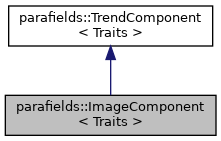
Before: a00976.png, a diagram exported from Graphviz (parafields/parafields-core). Its source is kept beside it as a00976.dot. Its diagram source:
```dot
digraph "parafields::ImageComponent&lt; Traits &gt;"
{
  edge [fontname="Helvetica",fontsize="10",labelfontname="Helvetica",labelfontsize="10"];
  node [fontname="Helvetica",fontsize="10",shape=record];
  Node1 [label="parafields::ImageComponent\l\< Traits \>",height=0.2,width=0.4,color="black", fillcolor="grey75", style="filled", fontcolor="black",tooltip="Component of random field based on pixel image."];
  Node2 -> Node1 [dir="back",color="midnightblue",fontsize="10",style="solid",fontname="Helvetica"];
  Node2 [label="parafields::TrendComponent\l\< Traits \>",height=0.2,width=0.4,color="black", fillcolor="white", style="filled",URL="$a00973.html",tooltip="Component of random field representing deterministic structure."];
}
```
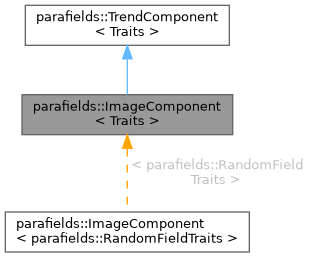
The same diagram one commit later.

Diff of the diagram source:
```diff
@@ -1,8 +1,11 @@
 digraph "parafields::ImageComponent&lt; Traits &gt;"
 {
-  edge [fontname="Helvetica",fontsize="10",labelfontname="Helvetica",labelfontsize="10"];
-  node [fontname="Helvetica",fontsize="10",shape=record];
-  Node1 [label="parafields::ImageComponent\l\< Traits \>",height=0.2,width=0.4,color="black", fillcolor="grey75", style="filled", fontcolor="black",tooltip="Component of random field based on pixel image."];
-  Node2 -> Node1 [dir="back",color="midnightblue",fontsize="10",style="solid",fontname="Helvetica"];
-  Node2 [label="parafields::TrendComponent\l\< Traits \>",height=0.2,width=0.4,color="black", fillcolor="white", style="filled",URL="$a00973.html",tooltip="Component of random field representing deterministic structure."];
+  bgcolor="transparent";
+  edge [fontname=Helvetica,fontsize=10,labelfontname=Helvetica,labelfontsize=10];
+  node [fontname=Helvetica,fontsize=10,shape=box,height=0.2,width=0.4];
+  Node1 [id="Node000001",label="parafields::ImageComponent\l\< Traits \>",height=0.2,width=0.4,color="gray40", fillcolor="grey60", style="filled", fontcolor="black",tooltip="Component of random field based on pixel image."];
+  Node2 -> Node1 [id="edge1_Node000001_Node000002",dir="back",color="steelblue1",style="solid",tooltip=" "];
+  Node2 [id="Node000002",label="parafields::TrendComponent\l\< Traits \>",height=0.2,width=0.4,color="gray40", fillcolor="white", style="filled",URL="$a00973.html",tooltip="Component of random field representing deterministic structure."];
+  Node1 -> Node3 [id="edge2_Node000001_Node000003",dir="back",color="orange",style="dashed",tooltip=" ",label=" \< parafields::RandomField\lTraits \>",fontcolor="grey" ];
+  Node3 [id="Node000003",label="parafields::ImageComponent\l\< parafields::RandomFieldTraits \>",height=0.2,width=0.4,color="gray40", fillcolor="white", style="filled",URL="$a00977.html",tooltip=" "];
 }
```
